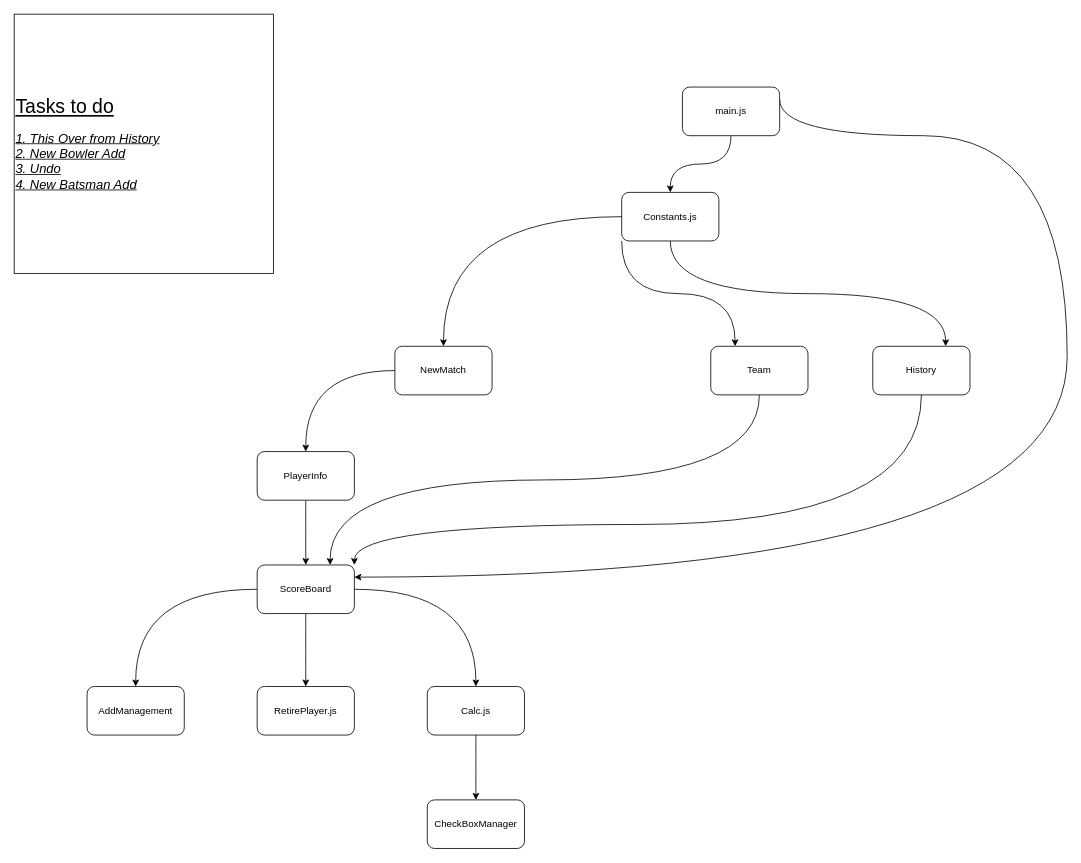
Above: cricketScorer.drawio in mh-sun/Cricket-Score-Board (draw.io), before the change. Source tidied: cells renumbered, new cells numbered last; positions are measured from the earlier drawing's top-left corner, leaving out a move shared by most shapes. Both pictures are drawn from the tidied source at 81%, with x=0, y=0 at pixel (14, 14).
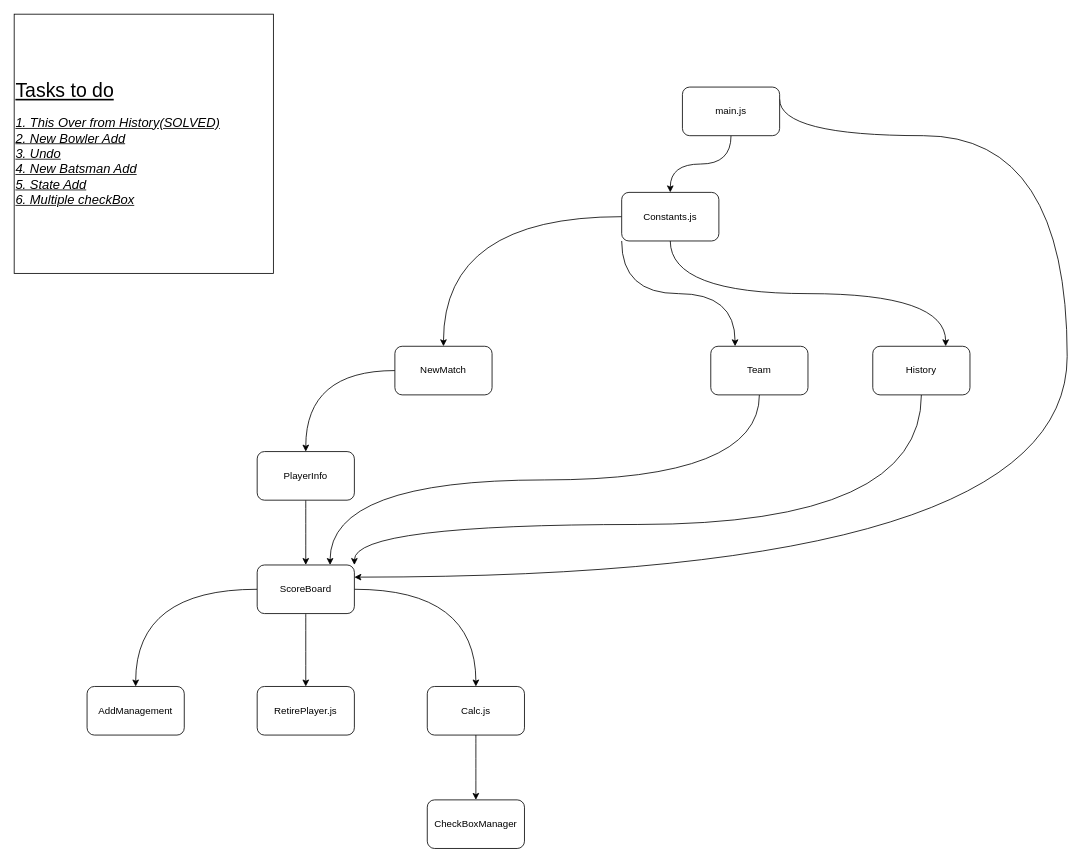
After the change.

Change to the diagram source:
```diff
@@
-    <mxCell id="26" value="&lt;font&gt;&lt;u style=&quot;font-size: 24px&quot;&gt;Tasks to do&lt;/u&gt;&lt;br&gt;&lt;div&gt;&lt;br&gt;&lt;/div&gt;&lt;div&gt;&lt;font size=&quot;3&quot;&gt;&lt;i&gt;&lt;u&gt;1. This Over from History&lt;/u&gt;&lt;/i&gt;&lt;/font&gt;&lt;/div&gt;&lt;div&gt;&lt;font size=&quot;3&quot;&gt;&lt;i&gt;&lt;u&gt;2. New Bowler Add&lt;/u&gt;&lt;/i&gt;&lt;/font&gt;&lt;/div&gt;&lt;div&gt;&lt;font size=&quot;3&quot;&gt;&lt;i&gt;&lt;u&gt;3. Undo&lt;/u&gt;&lt;/i&gt;&lt;/font&gt;&lt;/div&gt;&lt;div&gt;&lt;font size=&quot;3&quot;&gt;&lt;i&gt;&lt;u&gt;4. New Batsman Add&lt;/u&gt;&lt;/i&gt;&lt;/font&gt;&lt;/div&gt;&lt;/font&gt;" style="whiteSpace=wrap;html=1;align=left;" parent="1" vertex="1">
+    <mxCell id="26" value="&lt;font&gt;&lt;u style=&quot;font-size: 24px&quot;&gt;Tasks to do&lt;/u&gt;&lt;br&gt;&lt;div&gt;&lt;br&gt;&lt;/div&gt;&lt;div&gt;&lt;font size=&quot;3&quot;&gt;&lt;i&gt;&lt;u&gt;1. This Over from History(SOLVED)&lt;/u&gt;&lt;/i&gt;&lt;/font&gt;&lt;/div&gt;&lt;div&gt;&lt;font size=&quot;3&quot;&gt;&lt;i&gt;&lt;u&gt;2. New Bowler Add&lt;/u&gt;&lt;/i&gt;&lt;/font&gt;&lt;/div&gt;&lt;div&gt;&lt;font size=&quot;3&quot;&gt;&lt;i&gt;&lt;u&gt;3. Undo&lt;/u&gt;&lt;/i&gt;&lt;/font&gt;&lt;/div&gt;&lt;div&gt;&lt;font size=&quot;3&quot;&gt;&lt;i&gt;&lt;u&gt;4. New Batsman Add&lt;/u&gt;&lt;/i&gt;&lt;/font&gt;&lt;/div&gt;&lt;div&gt;&lt;font size=&quot;3&quot;&gt;&lt;i&gt;&lt;u&gt;5. State Add&lt;/u&gt;&lt;/i&gt;&lt;/font&gt;&lt;/div&gt;&lt;div&gt;&lt;font size=&quot;3&quot;&gt;&lt;i&gt;&lt;u&gt;6. Multiple checkBox&lt;/u&gt;&lt;/i&gt;&lt;/font&gt;&lt;/div&gt;&lt;/font&gt;" style="whiteSpace=wrap;html=1;align=left;" parent="1" vertex="1">
       <mxGeometry width="320" height="320" as="geometry" />
     </mxCell>
```
